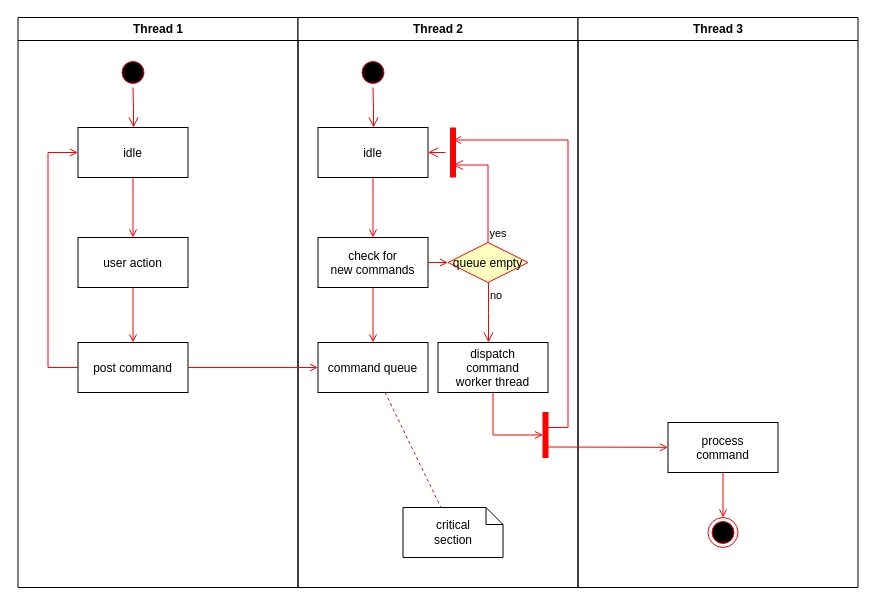
textures1245/textures1245 keeps this draw.io diagram as แบบแผนที่ยังไม่ได้ตั้งชื่อ.drawio. Above is the earlier version. Source tidied: cells renumbered, new cells numbered last; positions are measured from the earlier drawing's top-left corner, leaving out a move shared by most shapes. Both pictures are drawn from the tidied source at 100%, with x=0, y=0 at pixel (17, 17).
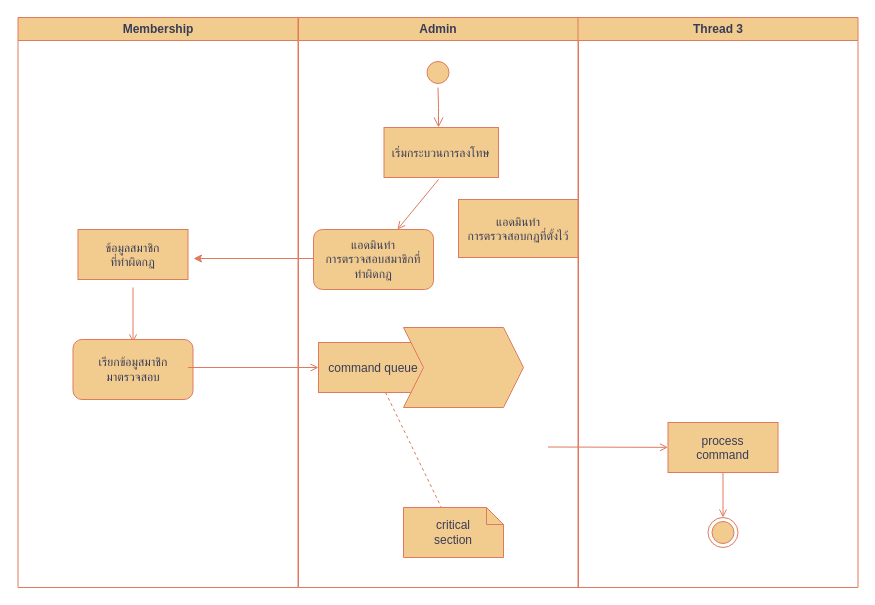
After the change.

Change to the diagram source:
```diff
@@
-    <mxCell id="2" value="Thread 1" style="swimlane;whiteSpace=wrap;" parent="1" vertex="1">
+    <mxCell id="2" value="Membership" style="swimlane;whiteSpace=wrap;labelBackgroundColor=none;fillColor=#F2CC8F;strokeColor=#E07A5F;fontColor=#393C56;" parent="1" vertex="1">
       <mxGeometry x="0.5" width="280" height="570" as="geometry" />
     </mxCell>
-    <mxCell id="3" style="ellipse;shape=startState;fillColor=#000000;strokeColor=#ff0000;" parent="2" vertex="1">
-      <mxGeometry x="100" y="40" width="30" height="30" as="geometry" />
-    </mxCell>
-    <mxCell id="4" style="edgeStyle=elbowEdgeStyle;elbow=horizontal;verticalAlign=bottom;endArrow=open;endSize=8;strokeColor=#FF0000;endFill=1;rounded=0;" parent="2" edge="1" source="3" target="5">
-      <mxGeometry x="100" y="40" as="geometry" />
-    </mxCell>
-    <mxCell id="5" value="idle" parent="2" vertex="1">
-      <mxGeometry x="60" y="110" width="110" height="50" as="geometry" />
+    <mxCell id="5" value="ข้อมูลสมาชิก&#10;ที่ทำผิดกฏ" style="labelBackgroundColor=none;fillColor=#F2CC8F;strokeColor=#E07A5F;fontColor=#393C56;" parent="2" vertex="1">
+      <mxGeometry x="60" y="212" width="110" height="50" as="geometry" />
     </mxCell>
-    <mxCell id="6" value="user action" parent="2" vertex="1">
-      <mxGeometry x="60" y="220" width="110" height="50" as="geometry" />
-    </mxCell>
-    <mxCell id="7" style="endArrow=open;strokeColor=#FF0000;endFill=1;rounded=0;" parent="2" edge="1" source="5" target="6">
-      <mxGeometry relative="1" as="geometry" />
-    </mxCell>
-    <mxCell id="8" value="post command" parent="2" vertex="1">
-      <mxGeometry x="60" y="325" width="110" height="50" as="geometry" />
-    </mxCell>
-    <mxCell id="9" style="endArrow=open;strokeColor=#FF0000;endFill=1;rounded=0;" parent="2" edge="1" source="6" target="8">
-      <mxGeometry relative="1" as="geometry" />
+    <mxCell id="9" style="endArrow=open;strokeColor=#E07A5F;endFill=1;rounded=0;labelBackgroundColor=none;fontColor=default;" parent="2" edge="1">
+      <mxGeometry relative="1" as="geometry">
+        <mxPoint x="115" y="270" as="sourcePoint" />
+        <mxPoint x="115" y="325" as="targetPoint" />
+      </mxGeometry>
     </mxCell>
-    <mxCell id="10" style="edgeStyle=elbowEdgeStyle;elbow=horizontal;strokeColor=#FF0000;endArrow=open;endFill=1;rounded=0;" parent="2" edge="1" source="8" target="5">
-      <mxGeometry relative="1" as="geometry">
-        <Array as="points">
-          <mxPoint x="30" y="250" />
-        </Array>
-      </mxGeometry>
-    </mxCell>
+    <mxCell id="37" value="เรียกข้อมูสมาชิก&lt;br style=&quot;border-color: var(--border-color); padding: 0px; margin: 0px;&quot;&gt;&lt;span style=&quot;&quot;&gt;มาตรวจสอบ&lt;/span&gt;" style="rounded=1;whiteSpace=wrap;html=1;labelBackgroundColor=none;strokeColor=#E07A5F;fontFamily=Helvetica;fontSize=12;fontColor=#393C56;fillColor=#F2CC8F;" parent="2" vertex="1">
+      <mxGeometry x="55" y="322" width="120" height="60" as="geometry" />
+    </mxCell>
-    <mxCell id="11" value="Thread 2" style="swimlane;whiteSpace=wrap;" parent="1" vertex="1">
-      <mxGeometry x="280.5" width="280" height="570" as="geometry" />
+    <mxCell id="11" value="Admin" style="swimlane;whiteSpace=wrap;labelBackgroundColor=none;fillColor=#F2CC8F;strokeColor=#E07A5F;fontColor=#393C56;" parent="1" vertex="1">
+      <mxGeometry x="281" width="280" height="570" as="geometry" />
     </mxCell>
-    <mxCell id="12" style="ellipse;shape=startState;fillColor=#000000;strokeColor=#ff0000;" parent="11" vertex="1">
-      <mxGeometry x="60" y="40" width="30" height="30" as="geometry" />
+    <mxCell id="12" style="ellipse;shape=startState;fillColor=#F2CC8F;strokeColor=#E07A5F;labelBackgroundColor=none;fontColor=#393C56;" parent="11" vertex="1">
+      <mxGeometry x="124.5" y="40" width="30" height="30" as="geometry" />
     </mxCell>
-    <mxCell id="13" style="edgeStyle=elbowEdgeStyle;elbow=horizontal;verticalAlign=bottom;endArrow=open;endSize=8;strokeColor=#FF0000;endFill=1;rounded=0;" parent="11" edge="1" source="12" target="14">
+    <mxCell id="13" style="edgeStyle=elbowEdgeStyle;elbow=horizontal;verticalAlign=bottom;endArrow=open;endSize=8;strokeColor=#E07A5F;endFill=1;rounded=0;labelBackgroundColor=none;fontColor=default;" parent="11" edge="1" source="12" target="14">
       <mxGeometry x="40" y="20" as="geometry" />
     </mxCell>
-    <mxCell id="14" value="idle" parent="11" vertex="1">
-      <mxGeometry x="20" y="110" width="110" height="50" as="geometry" />
+    <mxCell id="14" value="เริ่มกระบวนการลงโทษ" style="labelBackgroundColor=none;fillColor=#F2CC8F;strokeColor=#E07A5F;fontColor=#393C56;" parent="11" vertex="1">
+      <mxGeometry x="85.5" y="110" width="114.5" height="50" as="geometry" />
     </mxCell>
-    <mxCell id="15" value="check for &#10;new commands" parent="11" vertex="1">
-      <mxGeometry x="20" y="220" width="110" height="50" as="geometry" />
-    </mxCell>
+    <mxCell id="38" style="edgeStyle=orthogonalEdgeStyle;rounded=0;orthogonalLoop=1;jettySize=auto;html=1;strokeColor=#E07A5F;fontColor=#393C56;fillColor=#F2CC8F;" parent="11" edge="1">
+      <mxGeometry relative="1" as="geometry">
+        <mxPoint x="15" y="241" as="sourcePoint" />
+        <mxPoint x="-105" y="241" as="targetPoint" />
+      </mxGeometry>
+    </mxCell>
-    <mxCell id="16" style="endArrow=open;strokeColor=#FF0000;endFill=1;rounded=0;" parent="11" edge="1" source="14" target="15">
-      <mxGeometry relative="1" as="geometry" />
+    <mxCell id="16" style="endArrow=open;strokeColor=#E07A5F;endFill=1;rounded=0;labelBackgroundColor=none;fontColor=default;" parent="11" edge="1">
+      <mxGeometry relative="1" as="geometry">
+        <mxPoint x="140" y="162" as="sourcePoint" />
+        <mxPoint x="98.9" y="212" as="targetPoint" />
+      </mxGeometry>
     </mxCell>
-    <mxCell id="17" value="command queue" parent="11" vertex="1">
+    <mxCell id="17" value="command queue" style="labelBackgroundColor=none;fillColor=#F2CC8F;strokeColor=#E07A5F;fontColor=#393C56;" parent="11" vertex="1">
       <mxGeometry x="20" y="325" width="110" height="50" as="geometry" />
     </mxCell>
-    <mxCell id="18" style="endArrow=open;strokeColor=#FF0000;endFill=1;rounded=0;" parent="11" edge="1" source="15" target="17">
-      <mxGeometry relative="1" as="geometry" />
-    </mxCell>
-    <mxCell id="19" value="queue empty" style="rhombus;fillColor=#ffffc0;strokeColor=#ff0000;" parent="11" vertex="1">
-      <mxGeometry x="150" y="225" width="80" height="40" as="geometry" />
-    </mxCell>
-    <mxCell id="20" value="yes" style="edgeStyle=elbowEdgeStyle;elbow=horizontal;align=left;verticalAlign=bottom;endArrow=open;endSize=8;strokeColor=#FF0000;exitX=0.5;exitY=0;endFill=1;rounded=0;entryX=0.75;entryY=0.5;entryPerimeter=0;" parent="11" edge="1" source="19" target="23">
-      <mxGeometry x="-1" relative="1" as="geometry">
-        <Array as="points">
-          <mxPoint x="190" y="180" />
-        </Array>
-      </mxGeometry>
-    </mxCell>
-    <mxCell id="21" value="no" style="edgeStyle=elbowEdgeStyle;elbow=horizontal;align=left;verticalAlign=top;endArrow=open;endSize=8;strokeColor=#FF0000;endFill=1;rounded=0;" parent="11" edge="1" source="19" target="25">
-      <mxGeometry x="-1" relative="1" as="geometry" />
-    </mxCell>
-    <mxCell id="22" style="endArrow=open;strokeColor=#FF0000;endFill=1;rounded=0;" parent="11" edge="1" source="15" target="19">
-      <mxGeometry relative="1" as="geometry" />
-    </mxCell>
-    <mxCell id="23" style="shape=line;strokeWidth=6;strokeColor=#ff0000;rotation=90;" parent="11" vertex="1">
-      <mxGeometry x="130" y="127.5" width="50" height="15" as="geometry" />
-    </mxCell>
-    <mxCell id="24" style="edgeStyle=elbowEdgeStyle;elbow=horizontal;verticalAlign=bottom;endArrow=open;endSize=8;strokeColor=#FF0000;endFill=1;rounded=0;" parent="11" edge="1" source="23" target="14">
-      <mxGeometry x="130" y="90" as="geometry" />
-    </mxCell>
-    <mxCell id="25" value="dispatch&#10;command&#10;worker thread" parent="11" vertex="1">
-      <mxGeometry x="140" y="325" width="110" height="50" as="geometry" />
-    </mxCell>
-    <mxCell id="26" value="critical&#10;section" style="shape=note;whiteSpace=wrap;size=17;" parent="11" vertex="1">
+    <mxCell id="26" value="critical&#10;section" style="shape=note;whiteSpace=wrap;size=17;labelBackgroundColor=none;fillColor=#F2CC8F;strokeColor=#E07A5F;fontColor=#393C56;" parent="11" vertex="1">
       <mxGeometry x="105" y="490" width="100" height="50" as="geometry" />
     </mxCell>
-    <mxCell id="27" style="endArrow=none;strokeColor=#FF0000;endFill=0;rounded=0;dashed=1;" parent="11" edge="1" source="17" target="26">
+    <mxCell id="27" style="endArrow=none;strokeColor=#E07A5F;endFill=0;rounded=0;dashed=1;labelBackgroundColor=none;fontColor=default;" parent="11" edge="1" source="17" target="26">
       <mxGeometry relative="1" as="geometry" />
     </mxCell>
-    <mxCell id="28" style="whiteSpace=wrap;strokeColor=#FF0000;fillColor=#FF0000;" parent="11" vertex="1">
-      <mxGeometry x="245" y="395" width="5" height="45" as="geometry" />
-    </mxCell>
-    <mxCell id="29" style="edgeStyle=elbowEdgeStyle;elbow=horizontal;entryX=0;entryY=0.5;strokeColor=#FF0000;endArrow=open;endFill=1;rounded=0;" parent="11" edge="1" source="25" target="28">
-      <mxGeometry relative="1" as="geometry">
-        <Array as="points">
-          <mxPoint x="195" y="400" />
-        </Array>
-      </mxGeometry>
-    </mxCell>
+    <mxCell id="39" value="แอดมินทำ&#10;การตรวจสอบกฏที่ตั้งไว้" style="labelBackgroundColor=none;fillColor=#F2CC8F;strokeColor=#E07A5F;fontColor=#393C56;" parent="11" vertex="1">
+      <mxGeometry x="160" y="182" width="120" height="58" as="geometry" />
+    </mxCell>
+    <mxCell id="40" value="แอดมินทำ&lt;br style=&quot;border-color: var(--border-color); padding: 0px; margin: 0px;&quot;&gt;&lt;span style=&quot;&quot;&gt;การตรวจสอบสมาขิกที่&lt;/span&gt;&lt;br style=&quot;border-color: var(--border-color); padding: 0px; margin: 0px;&quot;&gt;&lt;span style=&quot;&quot;&gt;ทำผิดกฏ&lt;/span&gt;" style="rounded=1;whiteSpace=wrap;html=1;labelBackgroundColor=none;strokeColor=#E07A5F;fontFamily=Helvetica;fontSize=12;fontColor=#393C56;fillColor=#F2CC8F;" parent="11" vertex="1">
+      <mxGeometry x="15" y="212" width="120" height="60" as="geometry" />
+    </mxCell>
+    <mxCell id="41" style="shape=step;perimeter=stepPerimeter;whiteSpace=wrap;html=1;fixedSize=1;labelBackgroundColor=none;strokeColor=#E07A5F;fontFamily=Helvetica;fontSize=12;fontColor=#393C56;fillColor=#F2CC8F;" parent="11" vertex="1">
+      <mxGeometry x="105" y="310" width="120" height="80" as="geometry" />
+    </mxCell>
-    <mxCell id="30" value="Thread 3" style="swimlane;whiteSpace=wrap;" parent="1" vertex="1">
+    <mxCell id="30" value="Thread 3" style="swimlane;whiteSpace=wrap;labelBackgroundColor=none;fillColor=#F2CC8F;strokeColor=#E07A5F;fontColor=#393C56;" parent="1" vertex="1">
       <mxGeometry x="560.5" width="280" height="570" as="geometry" />
     </mxCell>
-    <mxCell id="31" value="process&#10;command" parent="30" vertex="1">
+    <mxCell id="31" value="process&#10;command" style="labelBackgroundColor=none;fillColor=#F2CC8F;strokeColor=#E07A5F;fontColor=#393C56;" parent="30" vertex="1">
       <mxGeometry x="90" y="405" width="110" height="50" as="geometry" />
     </mxCell>
-    <mxCell id="32" style="edgeStyle=elbowEdgeStyle;elbow=horizontal;strokeColor=#FF0000;endArrow=open;endFill=1;rounded=0;entryX=0.25;entryY=0.5;entryPerimeter=0;" parent="30" edge="1" target="23">
-      <mxGeometry relative="1" as="geometry">
-        <mxPoint x="-30" y="410" as="sourcePoint" />
-        <Array as="points">
-          <mxPoint x="-10" y="135" />
-        </Array>
-      </mxGeometry>
-    </mxCell>
-    <mxCell id="33" style="edgeStyle=none;strokeColor=#FF0000;endArrow=open;endFill=1;rounded=0;" parent="30" edge="1" target="31">
+    <mxCell id="33" style="edgeStyle=none;strokeColor=#E07A5F;endArrow=open;endFill=1;rounded=0;labelBackgroundColor=none;fontColor=default;" parent="30" edge="1" target="31">
       <mxGeometry relative="1" as="geometry">
         <mxPoint x="-30" y="429.5" as="sourcePoint" />
       </mxGeometry>
     </mxCell>
-    <mxCell id="34" style="ellipse;shape=endState;fillColor=#000000;strokeColor=#ff0000;" parent="30" vertex="1">
+    <mxCell id="34" style="ellipse;shape=endState;fillColor=#F2CC8F;strokeColor=#E07A5F;labelBackgroundColor=none;fontColor=#393C56;" parent="30" vertex="1">
       <mxGeometry x="130" y="500" width="30" height="30" as="geometry" />
     </mxCell>
-    <mxCell id="35" style="endArrow=open;strokeColor=#FF0000;endFill=1;rounded=0;" parent="30" edge="1" source="31" target="34">
+    <mxCell id="35" style="endArrow=open;strokeColor=#E07A5F;endFill=1;rounded=0;labelBackgroundColor=none;fontColor=default;" parent="30" edge="1" source="31" target="34">
       <mxGeometry relative="1" as="geometry" />
     </mxCell>
-    <mxCell id="36" style="endArrow=open;strokeColor=#FF0000;endFill=1;rounded=0;" parent="1" edge="1" source="8" target="17">
-      <mxGeometry relative="1" as="geometry" />
+    <mxCell id="36" style="endArrow=open;strokeColor=#E07A5F;endFill=1;rounded=0;labelBackgroundColor=none;fontColor=default;" parent="1" edge="1" target="17">
+      <mxGeometry relative="1" as="geometry">
+        <mxPoint x="170.5" y="350" as="sourcePoint" />
+      </mxGeometry>
     </mxCell>
```
